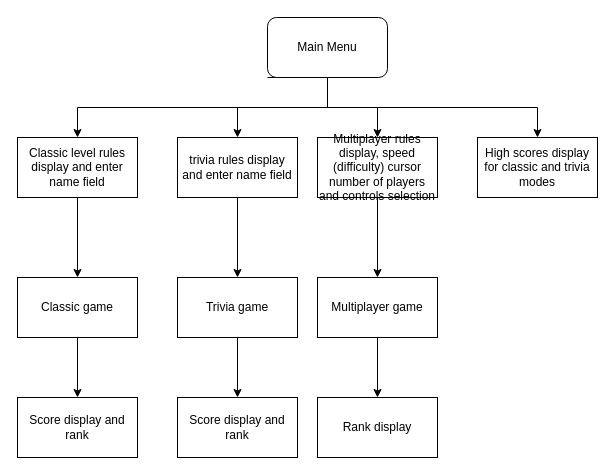
frederic-pautet/drakediagrams keeps this draw.io diagram as Untitled Diagram.drawio. Above is the earlier version. Source tidied: cells renumbered, new cells numbered last; positions are measured from the earlier drawing's top-left corner, leaving out a move shared by most shapes. Both pictures are drawn from the tidied source at 100%, with x=0, y=0 at pixel (17, 17).
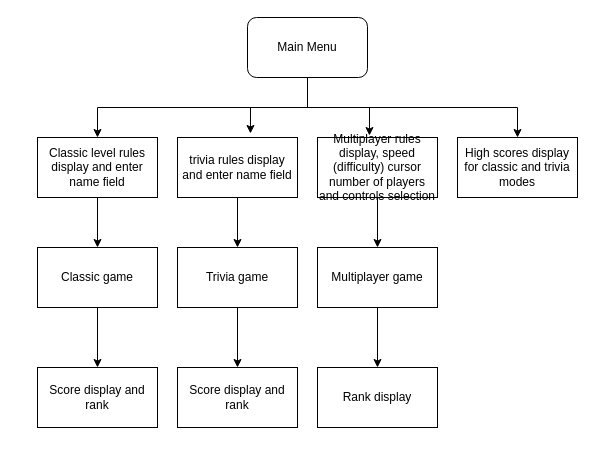
Above is the later version.

The change refers to these unchanged cells:
```xml
<mxCell id="10" value="trivia rules display and enter name field" style="rounded=0;whiteSpace=wrap;html=1;" parent="1" vertex="1">
  <mxGeometry x="160" y="120" width="120" height="60" as="geometry" />
</mxCell>
<mxCell id="12" value="Multiplayer rules display, speed (difficulty) cursor number of players and controls selection" style="rounded=0;whiteSpace=wrap;html=1;" parent="1" vertex="1">
  <mxGeometry x="300" y="120" width="120" height="60" as="geometry" />
</mxCell>
```

Diff of the diagram source:
```diff
@@
-    <mxCell id="2" style="edgeStyle=orthogonalEdgeStyle;rounded=0;jettySize=auto;html=1;" parent="1" edge="1" source="6" target="12">
-      <mxGeometry relative="1" as="geometry">
-        <Array as="points">
-          <mxPoint x="310" y="90" />
-          <mxPoint x="360" y="90" />
-        </Array>
-      </mxGeometry>
-    </mxCell>
-    <mxCell id="3" style="edgeStyle=orthogonalEdgeStyle;rounded=0;jettySize=auto;html=1;exitX=0.25;exitY=1;exitDx=0;exitDy=0;entryX=0.5;entryY=0;entryDx=0;entryDy=0;" parent="1" edge="1" source="6" target="10">
-      <mxGeometry relative="1" as="geometry">
-        <Array as="points">
-          <mxPoint x="310" y="60" />
-          <mxPoint x="310" y="90" />
-          <mxPoint x="220" y="90" />
-        </Array>
-      </mxGeometry>
-    </mxCell>
+    <mxCell id="5" style="edgeStyle=orthogonalEdgeStyle;rounded=0;jettySize=auto;html=1;exitX=0.5;exitY=1;exitDx=0;exitDy=0;entryX=0.5;entryY=0;entryDx=0;entryDy=0;" parent="1" edge="1" source="6" target="13">
+      <mxGeometry relative="1" as="geometry">
+        <Array as="points">
+          <mxPoint x="310" y="90" />
+          <mxPoint x="520" y="90" />
+        </Array>
+      </mxGeometry>
+    </mxCell>
-    <mxCell id="4" style="edgeStyle=orthogonalEdgeStyle;rounded=0;jettySize=auto;html=1;exitX=0;exitY=1;exitDx=0;exitDy=0;entryX=0.5;entryY=0;entryDx=0;entryDy=0;" parent="1" edge="1" source="6" target="8">
-      <mxGeometry relative="1" as="geometry">
-        <Array as="points">
-          <mxPoint x="310" y="60" />
-          <mxPoint x="310" y="90" />
-          <mxPoint x="60" y="90" />
-        </Array>
-      </mxGeometry>
+    <mxCell id="4" style="edgeStyle=orthogonalEdgeStyle;rounded=0;jettySize=auto;html=1;exitX=0.5;exitY=1;exitDx=0;exitDy=0;" parent="1" edge="1" source="6" target="8">
+      <mxGeometry relative="1" as="geometry" />
     </mxCell>
-    <mxCell id="5" style="edgeStyle=orthogonalEdgeStyle;rounded=0;jettySize=auto;html=1;exitX=0.5;exitY=1;exitDx=0;exitDy=0;entryX=0.5;entryY=0;entryDx=0;entryDy=0;" parent="1" edge="1" source="6" target="13">
-      <mxGeometry relative="1" as="geometry">
-        <Array as="points">
-          <mxPoint x="310" y="90" />
-          <mxPoint x="520" y="90" />
-        </Array>
-      </mxGeometry>
-    </mxCell>
     <mxCell id="6" value="Main Menu" style="rounded=1;whiteSpace=wrap;html=1;" parent="1" vertex="1">
-      <mxGeometry x="250" width="120" height="60" as="geometry" />
+      <mxGeometry x="230" width="120" height="60" as="geometry" />
     </mxCell>
@@
     <mxCell id="8" value="Classic level rules display and enter name field" style="rounded=0;whiteSpace=wrap;html=1;" parent="1" vertex="1">
-      <mxGeometry y="120" width="120" height="60" as="geometry" />
+      <mxGeometry x="20" y="120" width="120" height="60" as="geometry" />
     </mxCell>
@@
     <mxCell id="13" value="High scores display for classic and trivia modes" style="rounded=0;whiteSpace=wrap;html=1;" parent="1" vertex="1">
-      <mxGeometry x="460" y="120" width="120" height="60" as="geometry" />
+      <mxGeometry x="440" y="120" width="120" height="60" as="geometry" />
     </mxCell>
@@
     <mxCell id="15" value="Classic game" style="rounded=0;whiteSpace=wrap;html=1;" parent="1" vertex="1">
-      <mxGeometry y="260" width="120" height="60" as="geometry" />
+      <mxGeometry x="20" y="230" width="120" height="60" as="geometry" />
     </mxCell>
@@
     <mxCell id="17" value="Trivia game" style="rounded=0;whiteSpace=wrap;html=1;" parent="1" vertex="1">
-      <mxGeometry x="160" y="260" width="120" height="60" as="geometry" />
+      <mxGeometry x="160" y="230" width="120" height="60" as="geometry" />
     </mxCell>
@@
     <mxCell id="19" value="Multiplayer game" style="rounded=0;whiteSpace=wrap;html=1;" parent="1" vertex="1">
-      <mxGeometry x="300" y="260" width="120" height="60" as="geometry" />
+      <mxGeometry x="300" y="230" width="120" height="60" as="geometry" />
     </mxCell>
     <mxCell id="20" value="Score display and rank" style="rounded=0;whiteSpace=wrap;html=1;" parent="1" vertex="1">
-      <mxGeometry y="380" width="120" height="60" as="geometry" />
+      <mxGeometry x="20" y="350" width="120" height="60" as="geometry" />
     </mxCell>
     <mxCell id="21" value="Score display and rank" style="rounded=0;whiteSpace=wrap;html=1;" parent="1" vertex="1">
-      <mxGeometry x="160" y="380" width="120" height="60" as="geometry" />
+      <mxGeometry x="160" y="350" width="120" height="60" as="geometry" />
     </mxCell>
     <mxCell id="22" value="Rank display" style="rounded=0;whiteSpace=wrap;html=1;" parent="1" vertex="1">
-      <mxGeometry x="300" y="380" width="120" height="60" as="geometry" />
+      <mxGeometry x="300" y="350" width="120" height="60" as="geometry" />
     </mxCell>
+    <mxCell id="3" style="edgeStyle=orthogonalEdgeStyle;rounded=0;jettySize=auto;html=1;exitX=0.5;exitY=1;exitDx=0;exitDy=0;entryX=0.608;entryY=-0.067;entryDx=0;entryDy=0;entryPerimeter=0;" parent="1" edge="1" source="6" target="10">
+      <mxGeometry relative="1" as="geometry" />
+    </mxCell>
+    <mxCell id="2" style="edgeStyle=orthogonalEdgeStyle;rounded=0;jettySize=auto;html=1;exitX=0.5;exitY=1;exitDx=0;exitDy=0;entryX=0.433;entryY=-0.033;entryDx=0;entryDy=0;entryPerimeter=0;" parent="1" edge="1" source="6" target="12">
+      <mxGeometry relative="1" as="geometry" />
+    </mxCell>
```
